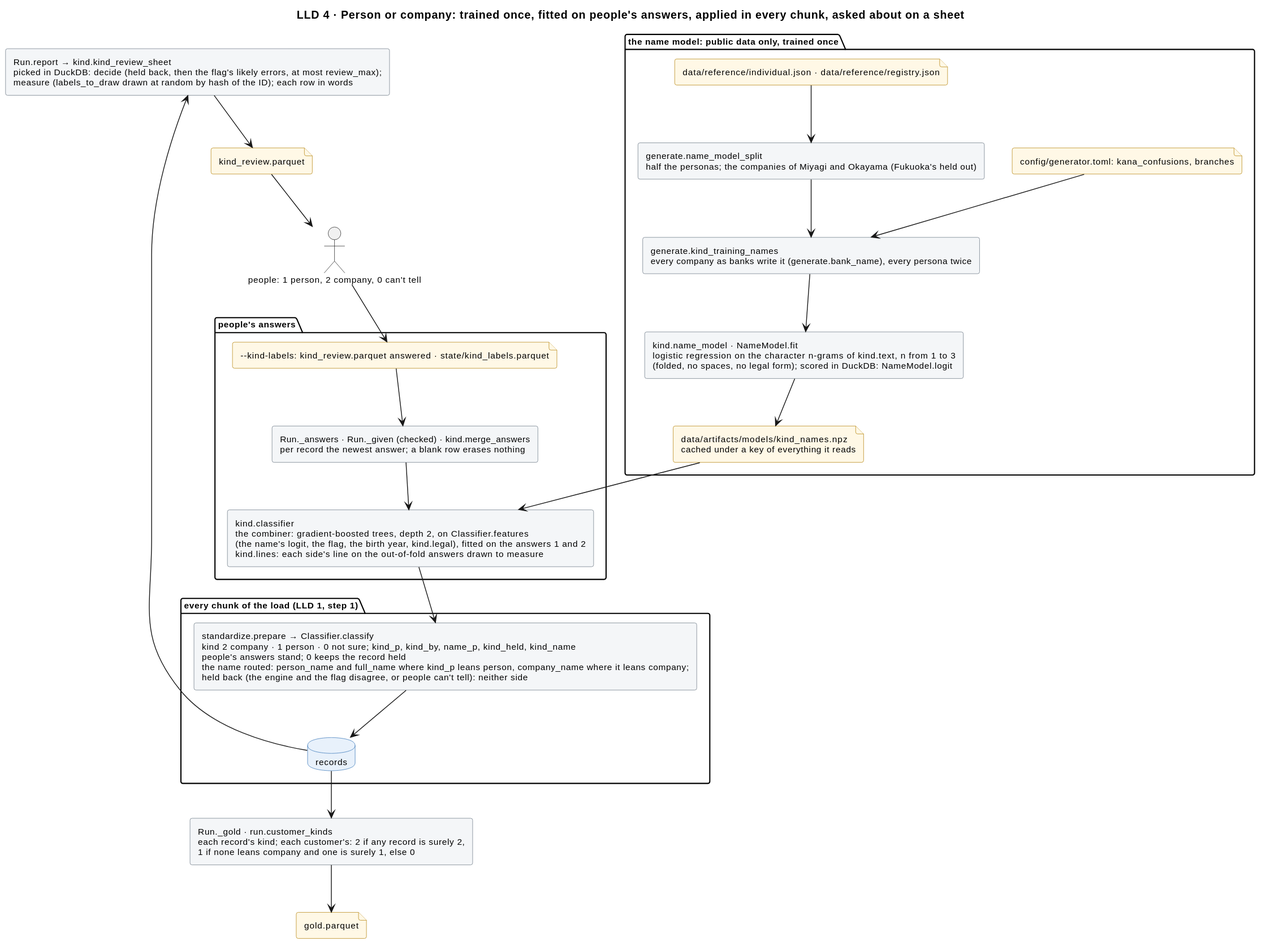
mvsbm/entity_matching keeps this PlantUML diagram as docs/diagrams/kind.svg. Above is the earlier version. Its diagram source:
```plantuml
@startuml
title LLD 4 · Person or company: trained once, fitted on people's answers, applied in every chunk, asked about on a sheet
skinparam defaultFontSize 11
skinparam rectangle {
  BackgroundColor #F4F6F8
  BorderColor #65717E
}
skinparam database {
  BackgroundColor #E8F1FB
  BorderColor #2C6DB3
}
skinparam file {
  BackgroundColor #FFF8E6
  BorderColor #B07D00
}

package "the name model: public data only, trained once" {
  file "data/reference/individual.json · data/reference/registry.json" as f_ref
  file "config/generator.toml: kana_confusions, branches" as f_gen
  rectangle "generate.name_model_split\nhalf the personas; the companies of Miyagi and Okayama (Fukuoka's held out)" as split
  rectangle "generate.kind_training_names\nevery company as banks write it (generate.bank_name), every persona twice" as names
  rectangle "kind.name_model · NameModel.fit\nlogistic regression on the character n-grams of kind.text, n from 1 to 3\n(folded, no spaces, no legal form); scored in DuckDB: NameModel.logit" as model
  file "data/artifacts/models/kind_names.npz\ncached under a key of everything it reads" as f_cache
}

package "people's answers" {
  file "~--kind-labels: kind_review.parquet answered · state/kind_labels.parquet" as f_answers
  rectangle "Run._answers · Run._given (checked) · kind.merge_answers\nper record the newest answer; a blank row erases nothing" as merge
  rectangle "kind.classifier\nthe combiner: gradient-boosted trees, depth 2, on Classifier.features\n(the name's logit, the flag, the birth year, kind.legal), fitted on the answers 1 and 2\nkind.lines: each side's line on the out-of-fold answers drawn to measure" as fit
}

package "every chunk of the load (LLD 1, step 1)" {
  rectangle "standardize.prepare → Classifier.classify\nkind 2 company · 1 person · 0 not sure; kind_p, kind_by, name_p, kind_held, kind_name\npeople's answers stand; 0 keeps the record held\nthe name routed: person_name and full_name where kind_p leans person, company_name where it leans company;\nheld back (the engine and the flag disagree, or people can't tell): neither side" as classify
  database "records" as records
}

rectangle "Run._gold · run.customer_kinds\neach record's kind; each customer's: 2 if any record is surely 2,\n1 if none leans company and one is surely 1, else 0" as gold
file "gold.parquet" as f_gold
rectangle "Run.report → kind.kind_review_sheet\npicked in DuckDB: decide (held back, then the flag's likely errors, at most review_max);\nmeasure (labels_to_draw drawn at random by hash of the ID); each row in words" as sheet
file "kind_review.parquet" as f_sheet
actor "people: 1 person, 2 company, 0 can't tell" as people

f_ref --> split
split --> names
f_gen --> names
names --> model
model --> f_cache
f_cache --> fit
f_answers --> merge
merge --> fit
fit --> classify
classify --> records
records --> gold
gold --> f_gold
records --> sheet
sheet --> f_sheet
f_sheet --> people
people --> f_answers
@enduml
```
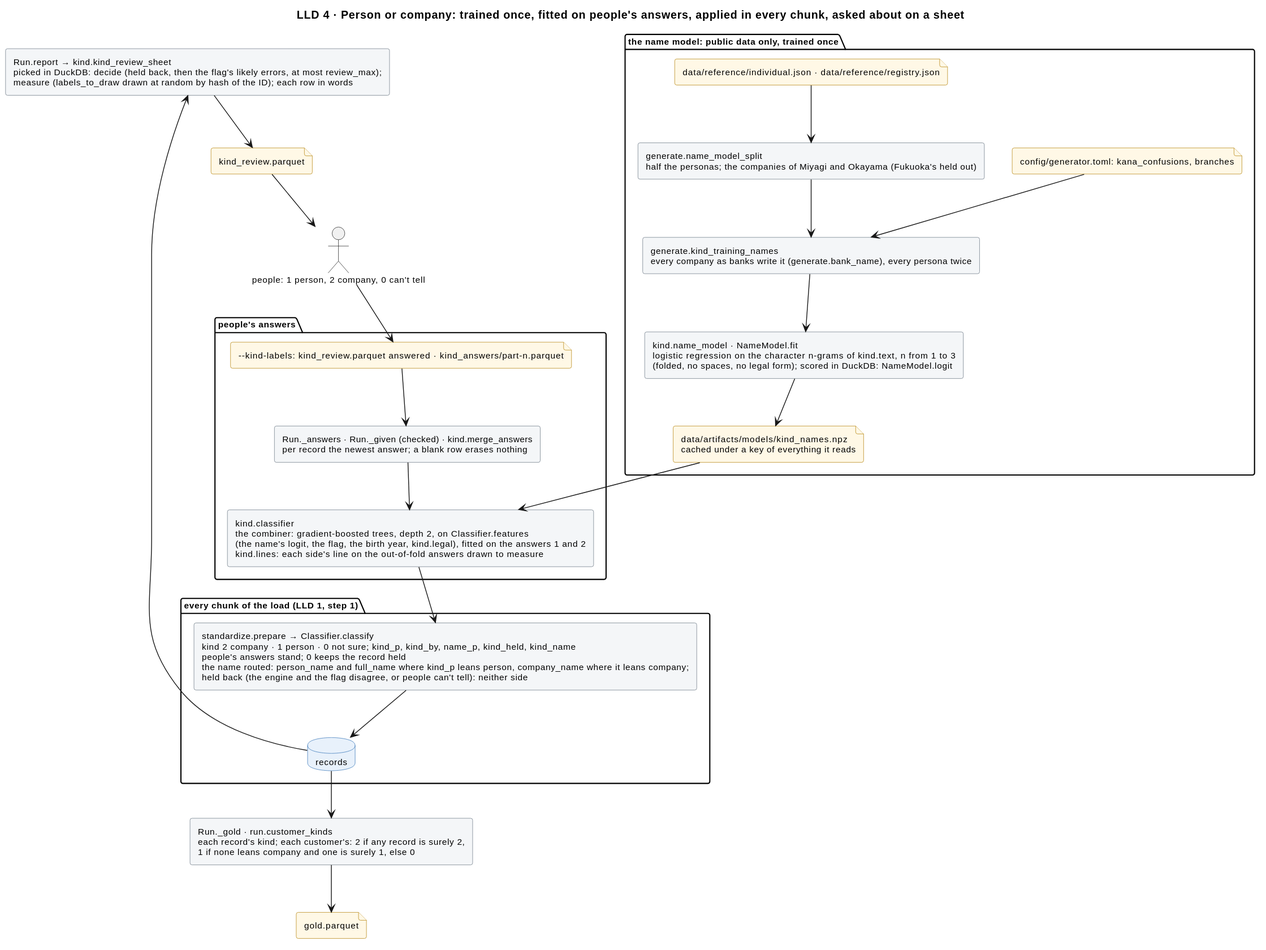
Above is the later version.

The edit, as a diff of the source:
```diff
@@ -24,7 +24,7 @@
 }
 
 package "people's answers" {
-  file "~--kind-labels: kind_review.parquet answered · state/kind_labels.parquet" as f_answers
+  file "~--kind-labels: kind_review.parquet answered · kind_answers/part-n.parquet" as f_answers
   rectangle "Run._answers · Run._given (checked) · kind.merge_answers\nper record the newest answer; a blank row erases nothing" as merge
   rectangle "kind.classifier\nthe combiner: gradient-boosted trees, depth 2, on Classifier.features\n(the name's logit, the flag, the birth year, kind.legal), fitted on the answers 1 and 2\nkind.lines: each side's line on the out-of-fold answers drawn to measure" as fit
 }
```
